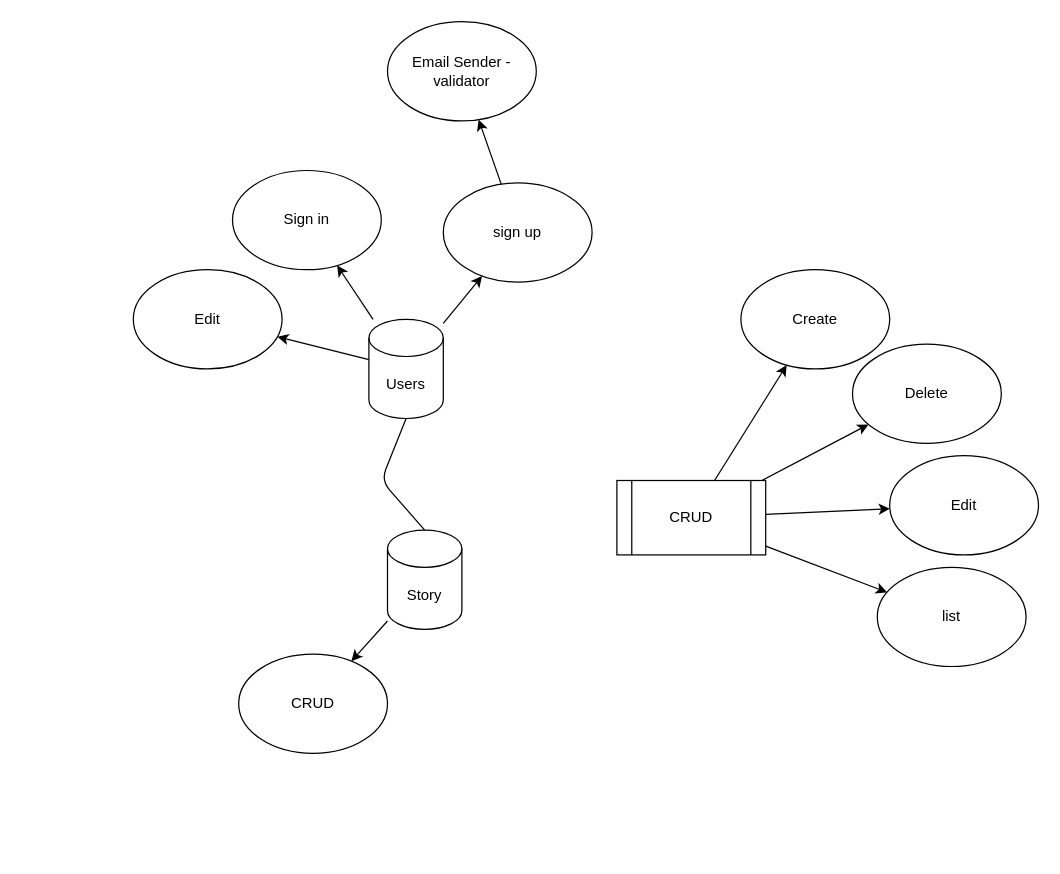
This is .docs/services.drawio from EdisonJpp/my-story-time-api, a draw.io file, before an edit. Source tidied: cells renumbered, new cells numbered last; positions are measured from the earlier drawing's top-left corner, leaving out a move shared by most shapes. Both pictures are drawn from the tidied source at 124%, with x=0, y=0 at pixel (133, 21).
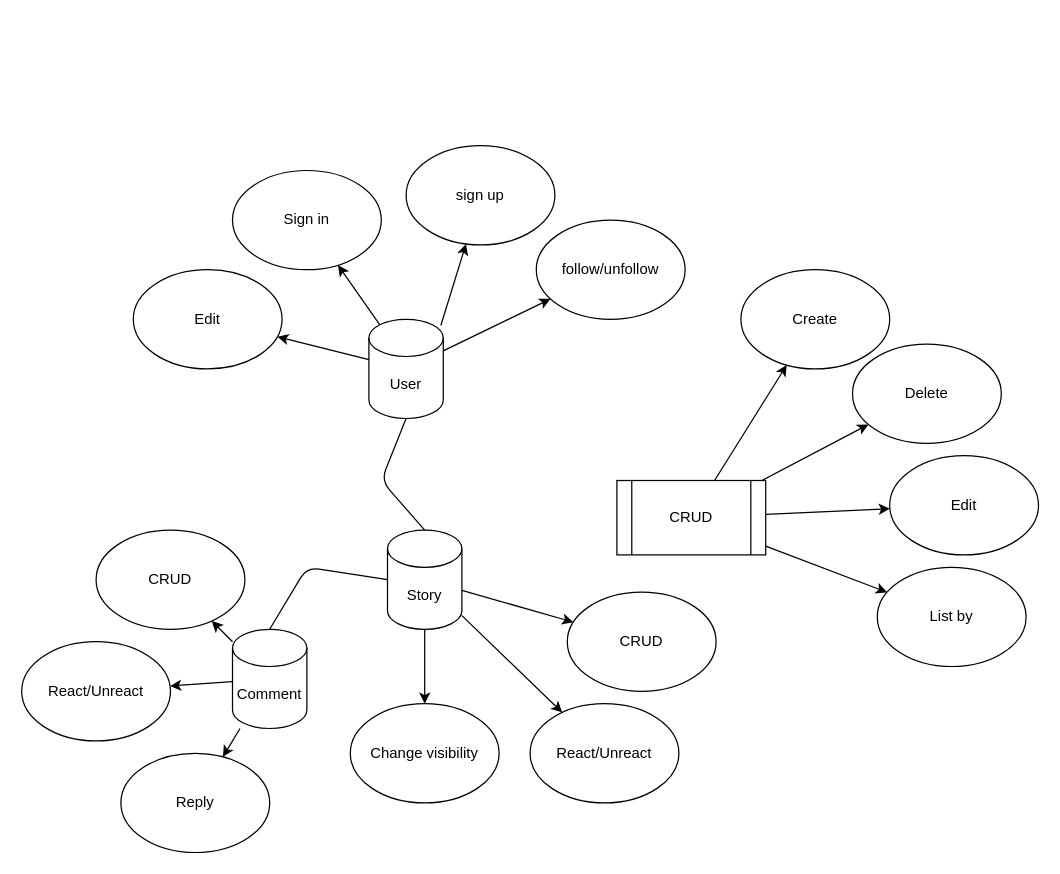
The same page after the edit.

The change refers to these unchanged cells:
```xml
<mxCell id="6" value="Sign in" style="ellipse;whiteSpace=wrap;html=1;" parent="1" vertex="1">
  <mxGeometry x="80" y="120" width="120" height="80" as="geometry" />
</mxCell>
<mxCell id="11" value="Story" style="shape=cylinder3;whiteSpace=wrap;html=1;boundedLbl=1;backgroundOutline=1;size=15;" parent="1" vertex="1">
  <mxGeometry x="205" y="410" width="60" height="80" as="geometry" />
</mxCell>
```

What changed in the source:
```diff
@@
-    <mxCell id="2" style="edgeStyle=none;html=1;" parent="1" edge="1" source="5" target="8">
+    <mxCell id="2" style="edgeStyle=none;html=1;exitX=0.967;exitY=0.062;exitDx=0;exitDy=0;exitPerimeter=0;" parent="1" edge="1" source="5" target="8">
       <mxGeometry relative="1" as="geometry" />
     </mxCell>
-    <mxCell id="3" style="edgeStyle=none;html=1;" parent="1" edge="1" source="5" target="6">
+    <mxCell id="3" style="edgeStyle=none;html=1;exitX=0.145;exitY=0;exitDx=0;exitDy=4.35;exitPerimeter=0;" parent="1" edge="1" source="5" target="6">
       <mxGeometry relative="1" as="geometry" />
     </mxCell>
@@
+    <mxCell id="24" style="edgeStyle=none;html=1;" parent="1" edge="1" source="5" target="36">
+      <mxGeometry relative="1" as="geometry" />
+    </mxCell>
-    <mxCell id="5" value="Users" style="shape=cylinder3;whiteSpace=wrap;html=1;boundedLbl=1;backgroundOutline=1;size=15;" parent="1" vertex="1">
+    <mxCell id="5" value="User" style="shape=cylinder3;whiteSpace=wrap;html=1;boundedLbl=1;backgroundOutline=1;size=15;" parent="1" vertex="1">
       <mxGeometry x="190" y="240" width="60" height="80" as="geometry" />
     </mxCell>
@@
-    <mxCell id="7" style="edgeStyle=none;html=1;" parent="1" edge="1" source="8" target="9">
-      <mxGeometry relative="1" as="geometry" />
-    </mxCell>
     <mxCell id="8" value="sign up" style="ellipse;whiteSpace=wrap;html=1;" parent="1" vertex="1">
-      <mxGeometry x="250" y="130" width="120" height="80" as="geometry" />
+      <mxGeometry x="220" y="100" width="120" height="80" as="geometry" />
     </mxCell>
-    <mxCell id="9" value="Email Sender - validator" style="ellipse;whiteSpace=wrap;html=1;" parent="1" vertex="1">
-      <mxGeometry x="205" width="120" height="80" as="geometry" />
-    </mxCell>
@@
+    <mxCell id="25" style="edgeStyle=none;html=1;" parent="1" edge="1" source="11" target="27">
+      <mxGeometry relative="1" as="geometry" />
+    </mxCell>
+    <mxCell id="26" style="edgeStyle=none;html=1;" parent="1" edge="1" source="11" target="37">
+      <mxGeometry relative="1" as="geometry" />
+    </mxCell>
@@
-    <mxCell id="15" value="list" style="ellipse;whiteSpace=wrap;html=1;" parent="1" vertex="1">
+    <mxCell id="15" value="List by" style="ellipse;whiteSpace=wrap;html=1;" parent="1" vertex="1">
       <mxGeometry x="600" y="440" width="120" height="80" as="geometry" />
     </mxCell>
@@
     <mxCell id="21" value="CRUD" style="ellipse;whiteSpace=wrap;html=1;" parent="1" vertex="1">
-      <mxGeometry x="85" y="510" width="120" height="80" as="geometry" />
+      <mxGeometry x="350" y="460" width="120" height="80" as="geometry" />
     </mxCell>
@@
+    <mxCell id="27" value="React/Unreact" style="ellipse;whiteSpace=wrap;html=1;" parent="1" vertex="1">
+      <mxGeometry x="320" y="550" width="120" height="80" as="geometry" />
+    </mxCell>
+    <mxCell id="28" style="edgeStyle=none;html=1;" parent="1" edge="1" source="31" target="33">
+      <mxGeometry relative="1" as="geometry" />
+    </mxCell>
+    <mxCell id="29" style="edgeStyle=none;html=1;" parent="1" edge="1" source="31" target="34">
+      <mxGeometry relative="1" as="geometry" />
+    </mxCell>
+    <mxCell id="30" style="edgeStyle=none;html=1;" parent="1" edge="1" source="31" target="35">
+      <mxGeometry relative="1" as="geometry" />
+    </mxCell>
+    <mxCell id="31" value="Comment" style="shape=cylinder3;whiteSpace=wrap;html=1;boundedLbl=1;backgroundOutline=1;size=15;" parent="1" vertex="1">
+      <mxGeometry x="80" y="490" width="60" height="80" as="geometry" />
+    </mxCell>
+    <mxCell id="32" style="endArrow=none;html=1;exitX=0;exitY=0.5;exitDx=0;exitDy=0;exitPerimeter=0;entryX=0.5;entryY=0;entryDx=0;entryDy=0;entryPerimeter=0;" parent="1" edge="1" source="11" target="31">
+      <mxGeometry relative="1" as="geometry">
+        <Array as="points">
+          <mxPoint x="140" y="440" />
+        </Array>
+      </mxGeometry>
+    </mxCell>
+    <mxCell id="33" value="CRUD" style="ellipse;whiteSpace=wrap;html=1;" parent="1" vertex="1">
+      <mxGeometry x="-30" y="410" width="120" height="80" as="geometry" />
+    </mxCell>
+    <mxCell id="34" value="React/Unreact" style="ellipse;whiteSpace=wrap;html=1;" parent="1" vertex="1">
+      <mxGeometry x="-90" y="500" width="120" height="80" as="geometry" />
+    </mxCell>
+    <mxCell id="35" value="Reply" style="ellipse;whiteSpace=wrap;html=1;" parent="1" vertex="1">
+      <mxGeometry x="-10" y="590" width="120" height="80" as="geometry" />
+    </mxCell>
+    <mxCell id="36" value="follow/unfollow" style="ellipse;whiteSpace=wrap;html=1;" parent="1" vertex="1">
+      <mxGeometry x="325" y="160" width="120" height="80" as="geometry" />
+    </mxCell>
+    <mxCell id="37" value="Change visibility" style="ellipse;whiteSpace=wrap;html=1;" parent="1" vertex="1">
+      <mxGeometry x="175" y="550" width="120" height="80" as="geometry" />
+    </mxCell>
```
